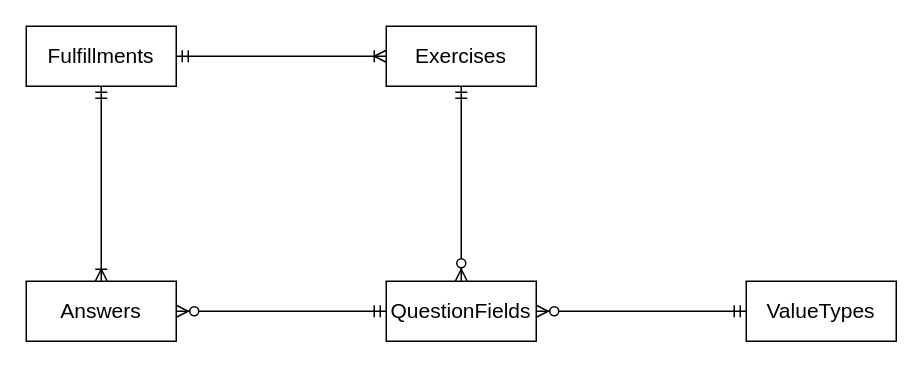
The draw.io diagram docs/sources/mcd.drawio in CPNV-ES/DDQ-Exercise-Looper, before the edit. Source tidied: cells renumbered, new cells numbered last; positions are measured from the earlier drawing's top-left corner, leaving out a move shared by most shapes. Both pictures are drawn from the tidied source at 150%, with x=0, y=0 at pixel (26, 26).
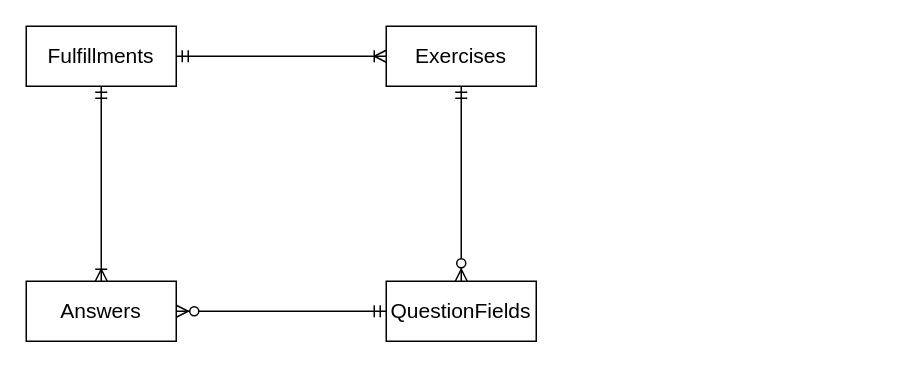
The same page after the edit.

Commit message (it also covers changes not shown here):
ValuesType entity removed

Diff of the diagram source:
```diff
@@
 <mxGraphModel>
   <root>
     <mxCell id="0" />
     <mxCell id="1" parent="0" />
     <mxCell id="2" value="Exercises" style="whiteSpace=wrap;html=1;align=center;strokeWidth=1;fontSize=14;" parent="1" vertex="1">
       <mxGeometry x="240" width="100" height="40" as="geometry" />
     </mxCell>
     <mxCell id="3" value="QuestionFields" style="whiteSpace=wrap;html=1;align=center;strokeWidth=1;fontSize=14;" parent="1" vertex="1">
       <mxGeometry x="240" y="170" width="100" height="40" as="geometry" />
     </mxCell>
-    <mxCell id="4" value="ValueTypes" style="whiteSpace=wrap;html=1;align=center;strokeWidth=1;fontSize=14;" parent="1" vertex="1">
-      <mxGeometry x="480" y="170" width="100" height="40" as="geometry" />
-    </mxCell>
     <mxCell id="5" style="fontSize=12;html=1;endArrow=ERzeroToMany;startArrow=ERmandOne;exitX=0.5;exitY=1;exitDx=0;exitDy=0;entryX=0.5;entryY=0;entryDx=0;entryDy=0;" parent="1" edge="1" source="2" target="3">
       <mxGeometry relative="1" as="geometry" />
     </mxCell>
-    <mxCell id="6" style="fontSize=12;html=1;endArrow=ERzeroToMany;startArrow=ERmandOne;exitX=0;exitY=0.5;exitDx=0;exitDy=0;entryX=1;entryY=0.5;entryDx=0;entryDy=0;" parent="1" edge="1" source="4" target="3">
-      <mxGeometry relative="1" as="geometry" />
-    </mxCell>
     <mxCell id="7" value="Answers" style="whiteSpace=wrap;html=1;align=center;strokeWidth=1;fontSize=14;" parent="1" vertex="1">
       <mxGeometry y="170" width="100" height="40" as="geometry" />
     </mxCell>
     <mxCell id="8" style="fontSize=12;html=1;endArrow=ERzeroToMany;startArrow=ERmandOne;exitX=0;exitY=0.5;exitDx=0;exitDy=0;entryX=1;entryY=0.5;entryDx=0;entryDy=0;" parent="1" edge="1" source="3" target="7">
       <mxGeometry relative="1" as="geometry" />
     </mxCell>
     <mxCell id="9" value="Fulfillments" style="whiteSpace=wrap;html=1;align=center;strokeWidth=1;fontSize=14;" parent="1" vertex="1">
       <mxGeometry width="100" height="40" as="geometry" />
     </mxCell>
     <mxCell id="10" style="fontSize=12;html=1;endArrow=ERoneToMany;startArrow=ERmandOne;exitX=0.5;exitY=1;exitDx=0;exitDy=0;entryX=0.5;entryY=0;entryDx=0;entryDy=0;" parent="1" edge="1" source="9" target="7">
       <mxGeometry relative="1" as="geometry" />
     </mxCell>
     <mxCell id="11" style="fontSize=12;html=1;endArrow=ERoneToMany;startArrow=ERmandOne;exitX=1;exitY=0.5;exitDx=0;exitDy=0;entryX=0;entryY=0.5;entryDx=0;entryDy=0;" parent="1" edge="1" source="9" target="2">
       <mxGeometry relative="1" as="geometry" />
     </mxCell>
   </root>
 </mxGraphModel>
```
